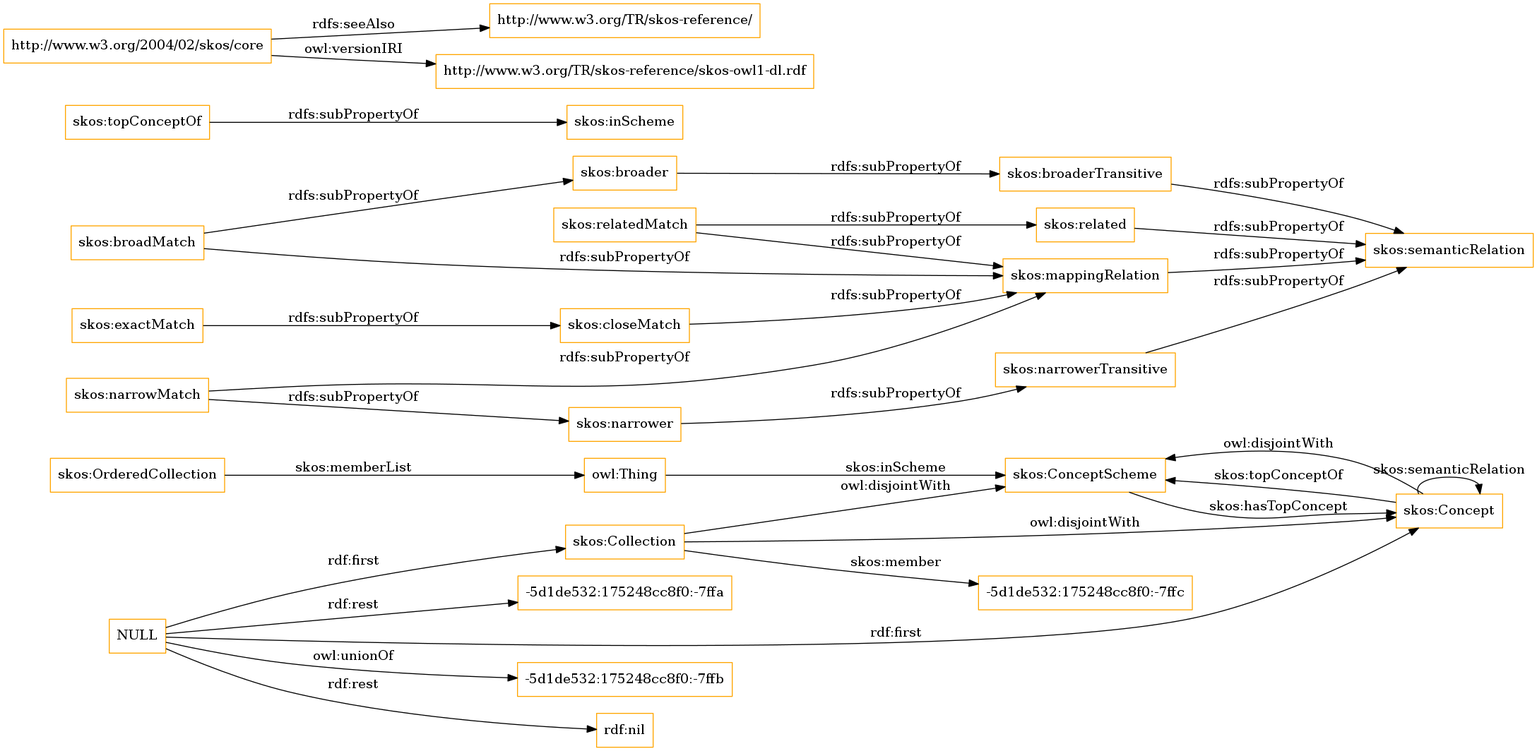
The Graphviz diagram OnToology/imports/skos.owl/diagrams/ar2dtool-class/skos.owl.png in OnToologyUser/core-ontology-1, before a commit. Its source is kept beside it as OnToology/imports/skos.owl/diagrams/ar2dtool-class/skos.owl.png.dot.
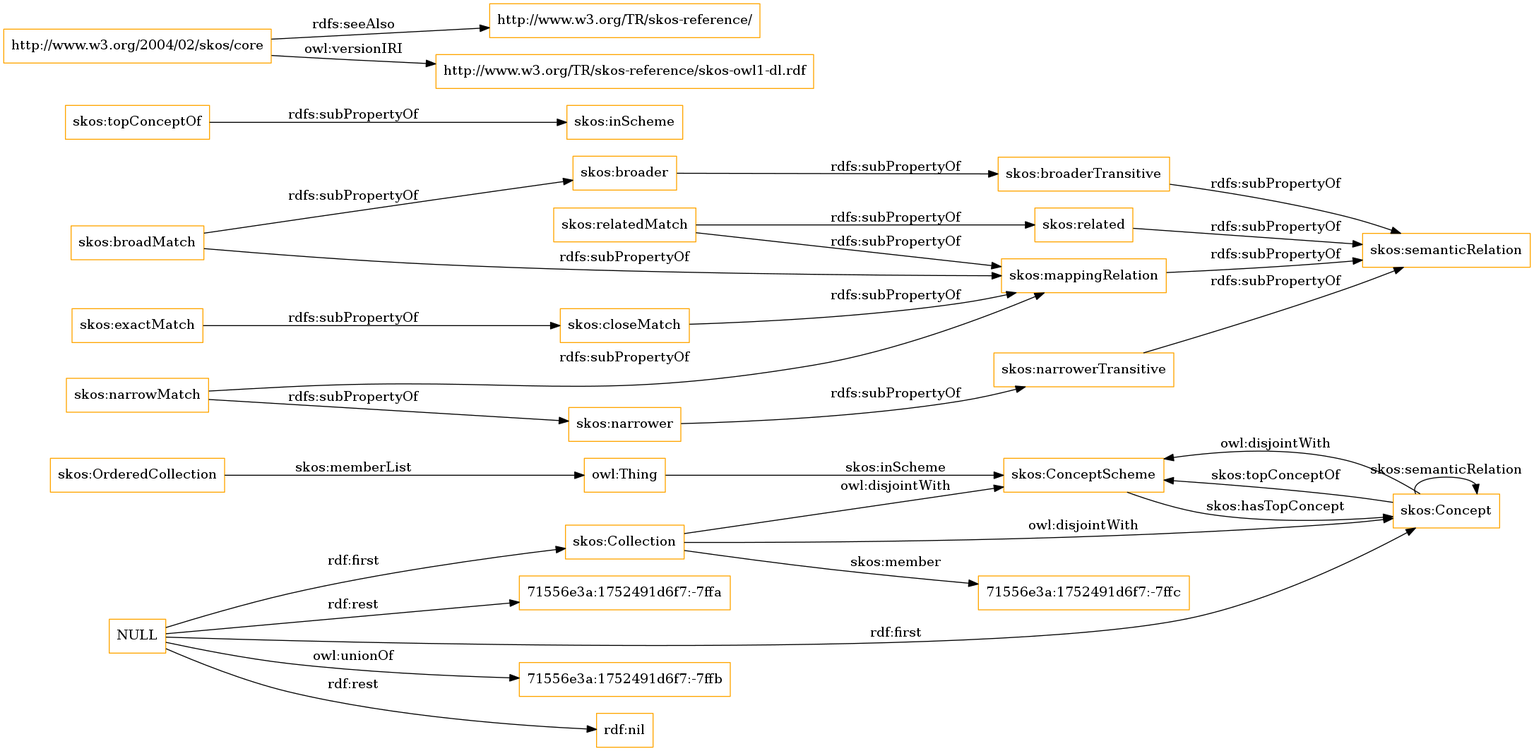
After the change.

Change to the diagram source:
```diff
@@ -1,12 +1,12 @@
 digraph ar2dtool_diagram {
 rankdir=LR;
 size="1501"
-node [shape = rectangle, color="orange"]; "skos:OrderedCollection" "skos:ConceptScheme" "skos:Concept" "skos:Collection" "-5d1de532:175248cc8f0:-7ffc" ; /*classes style*/
+node [shape = rectangle, color="orange"]; "skos:OrderedCollection" "skos:ConceptScheme" "skos:Concept" "skos:Collection" "71556e3a:1752491d6f7:-7ffc" ; /*classes style*/
 	"skos:narrowerTransitive" -> "skos:semanticRelation" [ label = "rdfs:subPropertyOf" ];
-	"NULL" -> "-5d1de532:175248cc8f0:-7ffb" [ label = "owl:unionOf" ];
+	"NULL" -> "71556e3a:1752491d6f7:-7ffb" [ label = "owl:unionOf" ];
 	"NULL" -> "rdf:nil" [ label = "rdf:rest" ];
 	"NULL" -> "skos:Concept" [ label = "rdf:first" ];
-	"NULL" -> "-5d1de532:175248cc8f0:-7ffa" [ label = "rdf:rest" ];
+	"NULL" -> "71556e3a:1752491d6f7:-7ffa" [ label = "rdf:rest" ];
 	"NULL" -> "skos:Collection" [ label = "rdf:first" ];
 	"skos:closeMatch" -> "skos:mappingRelation" [ label = "rdfs:subPropertyOf" ];
 	"skos:Concept" -> "skos:ConceptScheme" [ label = "owl:disjointWith" ];
@@ -30,7 +30,7 @@
 	"skos:OrderedCollection" -> "owl:Thing" [ label = "skos:memberList" ];
 	"skos:Concept" -> "skos:ConceptScheme" [ label = "skos:topConceptOf" ];
 	"skos:Concept" -> "skos:Concept" [ label = "skos:semanticRelation" ];
-	"skos:Collection" -> "-5d1de532:175248cc8f0:-7ffc" [ label = "skos:member" ];
+	"skos:Collection" -> "71556e3a:1752491d6f7:-7ffc" [ label = "skos:member" ];
 	"skos:ConceptScheme" -> "skos:Concept" [ label = "skos:hasTopConcept" ];
 	"owl:Thing" -> "skos:ConceptScheme" [ label = "skos:inScheme" ];
 
```
